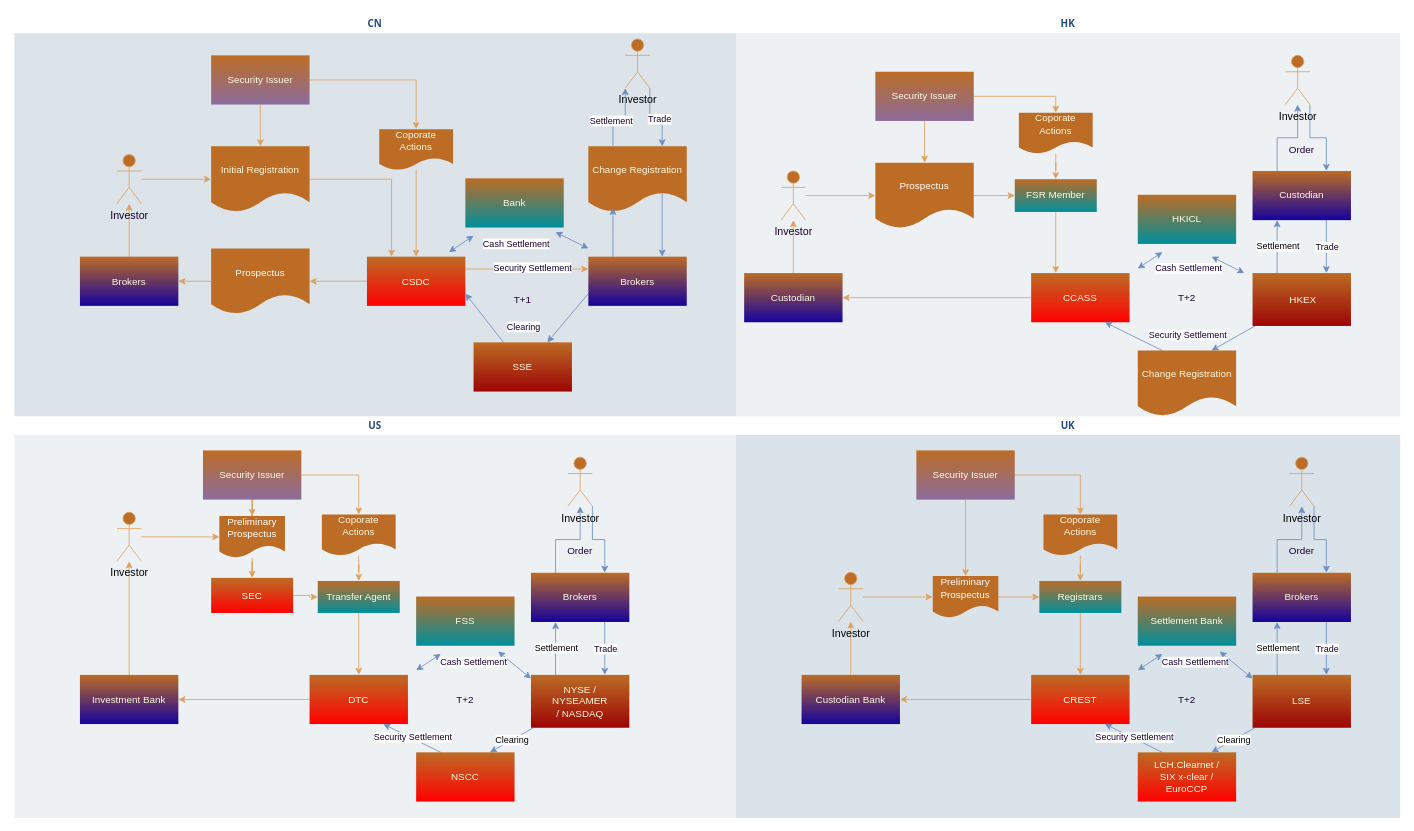
The draw.io diagram docs/Security_Clearing_Settlement_business.drawio in hikelin/hikelin.github.io, before the edit. Source tidied: cells renumbered, new cells numbered last; positions are measured from the earlier drawing's top-left corner, leaving out a move shared by most shapes. Both pictures are drawn from the tidied source at 82%, with x=0, y=0 at pixel (14, 14).
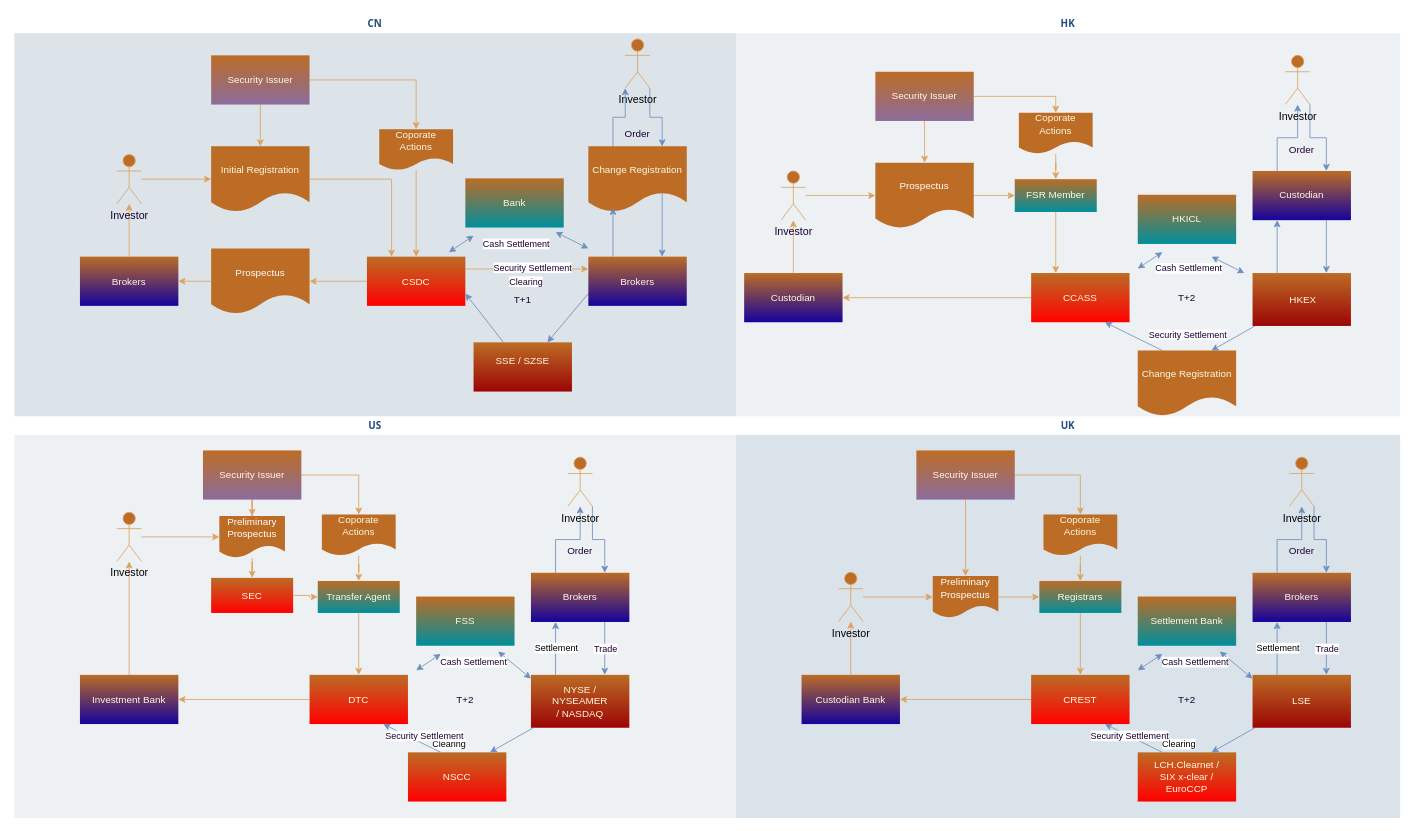
The same diagram, later.

The change refers to these unchanged cells:
```xml
<mxCell id="2" value="&lt;font color=&quot;#23497d&quot;&gt;CN&lt;/font&gt;" style="swimlane;whiteSpace=wrap;fillColor=none;swimlaneFillColor=#BAC8D3;fontColor=#FEFAE0;fontFamily=Tahoma;html=1;strokeColor=none;opacity=50;labelBackgroundColor=none;" parent="1" vertex="1">
  <mxGeometry width="880" height="490" as="geometry" />
</mxCell>
<mxCell id="18" style="edgeStyle=orthogonalEdgeStyle;rounded=0;jettySize=auto;html=1;entryX=0.75;entryY=0;entryDx=0;entryDy=0;strokeColor=#6c8ebf;fontColor=#FEFAE0;fillColor=#dae8fc;exitX=1;exitY=1;exitDx=0;exitDy=0;exitPerimeter=0;" parent="2" edge="1" source="20" target="22">
  <mxGeometry relative="1" as="geometry" />
</mxCell>
<mxCell id="27" style="edgeStyle=orthogonalEdgeStyle;rounded=0;jettySize=auto;html=1;entryX=0;entryY=1;entryDx=0;entryDy=0;entryPerimeter=0;strokeColor=#6c8ebf;fontColor=#FEFAE0;fillColor=#dae8fc;exitX=0.25;exitY=0;exitDx=0;exitDy=0;" parent="2" edge="1" source="22" target="20">
  <mxGeometry relative="1" as="geometry" />
</mxCell>
<mxCell id="53" style="edgeStyle=orthogonalEdgeStyle;rounded=0;jettySize=auto;html=1;entryX=0.75;entryY=0;entryDx=0;entryDy=0;strokeColor=#6c8ebf;fontColor=#FEFAE0;fillColor=#dae8fc;exitX=0.75;exitY=1;exitDx=0;exitDy=0;" parent="38" edge="1" source="56" target="61">
  <mxGeometry relative="1" as="geometry" />
</mxCell>
<mxCell id="58" style="edgeStyle=orthogonalEdgeStyle;rounded=0;jettySize=auto;html=1;entryX=0.25;entryY=1;entryDx=0;entryDy=0;strokeColor=#6c8ebf;fontColor=#FEFAE0;fillColor=#dae8fc;exitX=0.25;exitY=0;exitDx=0;exitDy=0;" parent="38" edge="1" source="61" target="56">
  <mxGeometry relative="1" as="geometry" />
</mxCell>
<mxCell id="75" value="&lt;font color=&quot;#23497d&quot;&gt;US&lt;/font&gt;" style="swimlane;whiteSpace=wrap;fillColor=none;swimlaneFillColor=#BAC8D3;fontColor=#FEFAE0;fontFamily=Tahoma;html=1;strokeColor=none;opacity=25;labelBackgroundColor=none;" parent="1" vertex="1">
  <mxGeometry y="490" width="880" height="490" as="geometry" />
</mxCell>
<mxCell id="93" value="NYSE / NYSEAMER&lt;div&gt;/ NASDAQ&lt;/div&gt;" style="whiteSpace=wrap;shadow=0;fontColor=#FEFAE0;fontFamily=Helvetica;fontStyle=0;html=1;fontSize=12;plain-purple;strokeColor=none;fillColor=#BC6C25;spacing=6;verticalAlign=middle;labelBackgroundColor=none;gradientColor=#9C0505;" parent="75" vertex="1">
  <mxGeometry x="630" y="315.5" width="120" height="64.5" as="geometry" />
</mxCell>
<mxCell id="100" style="rounded=0;jettySize=auto;html=1;entryX=0.75;entryY=1;entryDx=0;entryDy=0;strokeColor=#6c8ebf;fontColor=#FEFAE0;fillColor=#dae8fc;exitX=0.25;exitY=0;exitDx=0;exitDy=0;" parent="75" edge="1" target="81">
  <mxGeometry relative="1" as="geometry">
    <mxPoint x="520" y="410" as="sourcePoint" />
  </mxGeometry>
</mxCell>
<mxCell id="113" value="&lt;font color=&quot;#23497d&quot;&gt;UK&lt;/font&gt;" style="swimlane;whiteSpace=wrap;fillColor=none;swimlaneFillColor=light-dark(#b4c8d3, #BAC8D3);fontColor=#FEFAE0;fontFamily=Tahoma;html=1;strokeColor=none;opacity=50;labelBackgroundColor=none;" parent="1" vertex="1">
  <mxGeometry x="880" y="490" width="810" height="490" as="geometry" />
</mxCell>
<mxCell id="131" value="LSE" style="whiteSpace=wrap;shadow=0;fontColor=#FEFAE0;fontFamily=Helvetica;fontStyle=0;html=1;fontSize=12;plain-purple;strokeColor=none;fillColor=#BC6C25;spacing=6;verticalAlign=middle;labelBackgroundColor=none;gradientColor=#9C0505;" parent="113" vertex="1">
  <mxGeometry x="630" y="315.5" width="120" height="64.5" as="geometry" />
</mxCell>
<mxCell id="138" style="rounded=0;jettySize=auto;html=1;entryX=0.75;entryY=1;entryDx=0;entryDy=0;strokeColor=#6c8ebf;fontColor=#FEFAE0;fillColor=#dae8fc;exitX=0.25;exitY=0;exitDx=0;exitDy=0;" parent="113" edge="1" target="119">
  <mxGeometry relative="1" as="geometry">
    <mxPoint x="520" y="410" as="sourcePoint" />
  </mxGeometry>
</mxCell>
```

Change to the diagram source:
```diff
@@
-    <mxCell id="19" value="&lt;span&gt;&lt;font style=&quot;color: rgb(25, 0, 51);&quot;&gt;Trade&lt;/font&gt;&lt;/span&gt;" style="edgeLabel;html=1;align=center;verticalAlign=middle;strokeColor=#DDA15E;fontColor=#FEFAE0;fillColor=#BC6C25;" parent="18" vertex="1">
+    <mxCell id="19" style="edgeLabel;html=1;align=center;verticalAlign=middle;strokeColor=#DDA15E;fontColor=#FEFAE0;fillColor=#BC6C25;" parent="18" vertex="1">
       <mxGeometry x="0.06" y="-1" relative="1" as="geometry">
         <mxPoint x="1" y="1" as="offset" />
       </mxGeometry>
     </mxCell>
@@
-    <mxCell id="28" value="&lt;span&gt;&lt;font style=&quot;color: rgb(25, 0, 51);&quot;&gt;Settlement&lt;/font&gt;&lt;/span&gt;" style="edgeLabel;html=1;align=center;verticalAlign=middle;strokeColor=#DDA15E;fontColor=#FEFAE0;fillColor=#BC6C25;" parent="27" vertex="1">
+    <mxCell id="28" style="edgeLabel;html=1;align=center;verticalAlign=middle;strokeColor=#DDA15E;fontColor=#FEFAE0;fillColor=#BC6C25;" parent="27" vertex="1">
       <mxGeometry x="-0.26" y="3" relative="1" as="geometry" />
     </mxCell>
@@
-    <mxCell id="31" value="SSE" style="whiteSpace=wrap;shadow=0;fontColor=#FEFAE0;fontFamily=Helvetica;fontStyle=0;html=1;fontSize=12;plain-purple;strokeColor=none;fillColor=#BC6C25;spacing=6;verticalAlign=middle;labelBackgroundColor=none;gradientColor=#9C0505;" parent="2" vertex="1">
+    <mxCell id="31" value="SSE /&amp;nbsp;&lt;span style=&quot;background-color: transparent; color: light-dark(rgb(254, 250, 224), rgb(27, 24, 1));&quot;&gt;SZSE&lt;/span&gt;&lt;div&gt;&lt;div&gt;&lt;br&gt;&lt;/div&gt;&lt;/div&gt;" style="whiteSpace=wrap;shadow=0;fontColor=#FEFAE0;fontFamily=Helvetica;fontStyle=0;html=1;fontSize=12;plain-purple;strokeColor=none;fillColor=#BC6C25;spacing=6;verticalAlign=middle;labelBackgroundColor=none;gradientColor=#9C0505;" parent="2" vertex="1">
       <mxGeometry x="560" y="400" width="120" height="60" as="geometry" />
     </mxCell>
@@
     <mxCell id="37" value="&lt;font style=&quot;color: rgb(25, 0, 51);&quot;&gt;Clearing&lt;/font&gt;" style="edgeLabel;html=1;align=center;verticalAlign=middle;strokeColor=#DDA15E;fontColor=#FEFAE0;fillColor=#BC6C25;" parent="2" vertex="1">
-      <mxGeometry x="620" y="380" as="geometry" />
+      <mxGeometry x="660" y="334" as="geometry">
+        <mxPoint x="-37" y="-9" as="offset" />
+      </mxGeometry>
     </mxCell>
+    <mxCell id="149" value="&lt;font style=&quot;color: rgb(25, 0, 51);&quot;&gt;Order&lt;/font&gt;" style="text;strokeColor=none;align=center;fillColor=none;html=1;verticalAlign=middle;whiteSpace=wrap;rounded=0;fontColor=#FEFAE0;" parent="2" vertex="1">
+      <mxGeometry x="730" y="131" width="60" height="30" as="geometry" />
+    </mxCell>
@@
-    <mxCell id="55" value="&lt;font style=&quot;color: rgb(25, 0, 51);&quot;&gt;Trade&lt;/font&gt;" style="edgeLabel;html=1;align=center;verticalAlign=middle;strokeColor=#DDA15E;fontColor=#FEFAE0;fillColor=#BC6C25;" parent="53" vertex="1">
+    <mxCell id="55" style="edgeLabel;html=1;align=center;verticalAlign=middle;strokeColor=#DDA15E;fontColor=#FEFAE0;fillColor=#BC6C25;" parent="53" vertex="1">
       <mxGeometry x="-0.01" relative="1" as="geometry" />
     </mxCell>
@@
-    <mxCell id="59" value="&lt;font style=&quot;color: rgb(0, 0, 0);&quot;&gt;Settlement&lt;/font&gt;" style="edgeLabel;html=1;align=center;verticalAlign=middle;strokeColor=#DDA15E;fontColor=#FEFAE0;fillColor=#BC6C25;" parent="58" vertex="1">
+    <mxCell id="59" style="edgeLabel;html=1;align=center;verticalAlign=middle;strokeColor=#DDA15E;fontColor=#FEFAE0;fillColor=#BC6C25;" parent="58" vertex="1">
       <mxGeometry x="0.04" relative="1" as="geometry">
         <mxPoint y="1" as="offset" />
       </mxGeometry>
     </mxCell>
@@
     <mxCell id="92" value="&lt;font style=&quot;color: rgb(0, 0, 0);&quot;&gt;Clearing&lt;/font&gt;" style="rounded=0;jettySize=auto;html=1;entryX=0.75;entryY=0;entryDx=0;entryDy=0;strokeColor=#6c8ebf;fontColor=#FEFAE0;fillColor=#dae8fc;" parent="75" edge="1" source="93">
-      <mxGeometry relative="1" as="geometry">
+      <mxGeometry x="1" y="-51" relative="1" as="geometry">
         <mxPoint x="580" y="410" as="targetPoint" />
+        <mxPoint x="-25" y="34" as="offset" />
       </mxGeometry>
     </mxCell>
@@
     <mxCell id="101" value="&lt;font style=&quot;color: rgb(25, 0, 51);&quot;&gt;Security Settlement&lt;/font&gt;" style="edgeLabel;html=1;align=center;verticalAlign=middle;strokeColor=#DDA15E;fontColor=#FEFAE0;fillColor=#BC6C25;" parent="100" vertex="1">
-      <mxGeometry x="-0.01" y="-1" relative="1" as="geometry" />
+      <mxGeometry x="-0.01" y="-1" relative="1" as="geometry">
+        <mxPoint x="14" y="-2" as="offset" />
+      </mxGeometry>
     </mxCell>
@@
     <mxCell id="112" value="NSCC" style="whiteSpace=wrap;strokeColor=none;fillColor=#BC6C25;shadow=0;fontColor=#FEFAE0;fontFamily=Helvetica;fontStyle=0;html=1;fontSize=12;spacing=6;verticalAlign=middle;labelBackgroundColor=none;gradientColor=#FF0000;" parent="75" vertex="1">
-      <mxGeometry x="490" y="410" width="120" height="60" as="geometry" />
+      <mxGeometry x="480" y="410" width="120" height="60" as="geometry" />
     </mxCell>
@@
     <mxCell id="130" value="&lt;font style=&quot;color: rgb(0, 0, 0);&quot;&gt;Clearing&lt;/font&gt;" style="rounded=0;jettySize=auto;html=1;entryX=0.75;entryY=0;entryDx=0;entryDy=0;strokeColor=#6c8ebf;fontColor=#FEFAE0;fillColor=#dae8fc;" parent="113" edge="1" source="131">
-      <mxGeometry relative="1" as="geometry">
+      <mxGeometry x="1" y="-41" relative="1" as="geometry">
         <mxPoint x="580" y="410" as="targetPoint" />
+        <mxPoint x="-20" y="26" as="offset" />
       </mxGeometry>
     </mxCell>
@@
     <mxCell id="139" value="&lt;font style=&quot;color: rgb(25, 0, 51);&quot;&gt;Security Settlement&lt;/font&gt;" style="edgeLabel;html=1;align=center;verticalAlign=middle;strokeColor=#DDA15E;fontColor=#FEFAE0;fillColor=#BC6C25;" parent="138" vertex="1">
-      <mxGeometry x="-0.01" y="-1" relative="1" as="geometry" />
+      <mxGeometry x="-0.01" y="-1" relative="1" as="geometry">
+        <mxPoint x="-6" y="-2" as="offset" />
+      </mxGeometry>
     </mxCell>
```
